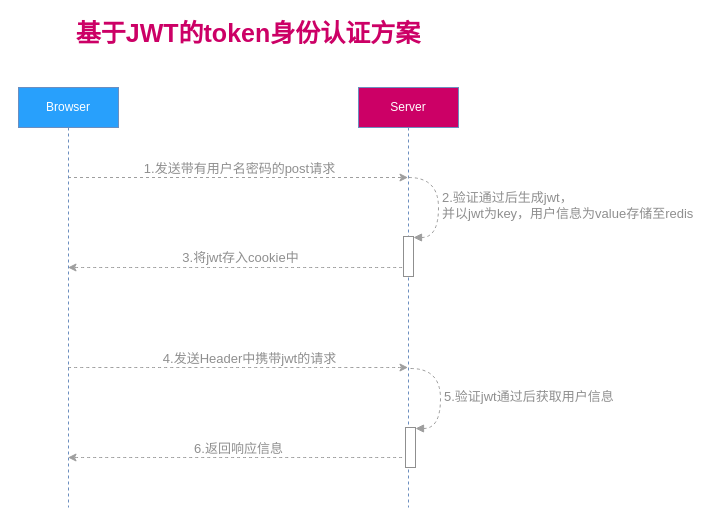
ammengke/my-drawio keeps this draw.io diagram as jwt token示意图.drawio. Above is the earlier version. Source tidied: cells renumbered, new cells numbered last; positions are measured from the earlier drawing's top-left corner, leaving out a move shared by most shapes. Both pictures are drawn from the tidied source at 100%, with x=0, y=0 at pixel (18, 17).
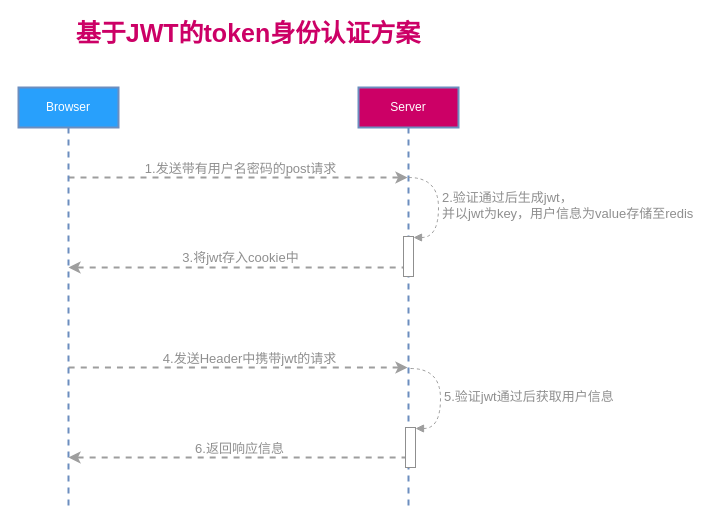
The same diagram, later.

Commit message (it also covers changes not shown here):
更新jwt token示意图.drawio

What changed in the source:
```diff
@@
-    <mxCell id="2" style="edgeStyle=orthogonalEdgeStyle;rounded=0;jettySize=auto;html=1;fontSize=25;fontColor=#CC0066;dashed=1;strokeColor=#9E9E9E;" parent="1" edge="1" source="6" target="11">
+    <mxCell id="2" style="edgeStyle=orthogonalEdgeStyle;rounded=0;jettySize=auto;html=1;fontSize=25;fontColor=#CC0066;dashed=1;strokeColor=#9E9E9E;strokeWidth=2;" parent="1" edge="1" source="6" target="11">
       <mxGeometry relative="1" as="geometry">
         <Array as="points">
           <mxPoint x="220" y="160" />
           <mxPoint x="220" y="160" />
         </Array>
       </mxGeometry>
     </mxCell>
@@
-    <mxCell id="4" style="edgeStyle=orthogonalEdgeStyle;curved=1;rounded=0;jettySize=auto;html=1;dashed=1;strokeColor=#9E9E9E;fontSize=13;fontColor=#8F8F8F;" parent="1" edge="1" source="6" target="11">
+    <mxCell id="4" style="edgeStyle=orthogonalEdgeStyle;curved=1;rounded=0;jettySize=auto;html=1;dashed=1;strokeColor=#9E9E9E;fontSize=13;fontColor=#8F8F8F;strokeWidth=2;" parent="1" edge="1" source="6" target="11">
       <mxGeometry relative="1" as="geometry">
         <Array as="points">
           <mxPoint x="230" y="350" />
           <mxPoint x="230" y="350" />
         </Array>
       </mxGeometry>
     </mxCell>
@@
-    <mxCell id="6" value="Browser" style="shape=umlLifeline;perimeter=lifelinePerimeter;whiteSpace=wrap;html=1;outlineConnect=0;fillColor=#28A0FC;strokeColor=#6c8ebf;fontColor=#FFFFFF;" parent="1" vertex="1">
+    <mxCell id="6" value="Browser" style="shape=umlLifeline;perimeter=lifelinePerimeter;whiteSpace=wrap;html=1;outlineConnect=0;fillColor=#28A0FC;strokeColor=#6c8ebf;fontColor=#FFFFFF;strokeWidth=2;" parent="1" vertex="1">
       <mxGeometry y="70" width="100" height="420" as="geometry" />
     </mxCell>
-    <mxCell id="7" style="edgeStyle=orthogonalEdgeStyle;curved=1;rounded=0;jettySize=auto;html=1;dashed=1;strokeColor=#9E9E9E;fontSize=13;fontColor=#8F8F8F;" parent="1" edge="1" source="11" target="6">
+    <mxCell id="7" style="edgeStyle=orthogonalEdgeStyle;curved=1;rounded=0;jettySize=auto;html=1;dashed=1;strokeColor=#9E9E9E;fontSize=13;fontColor=#8F8F8F;strokeWidth=2;" parent="1" edge="1" source="11" target="6">
       <mxGeometry relative="1" as="geometry">
         <Array as="points">
           <mxPoint x="250" y="250" />
           <mxPoint x="250" y="250" />
         </Array>
       </mxGeometry>
     </mxCell>
@@
-    <mxCell id="9" style="edgeStyle=orthogonalEdgeStyle;curved=1;rounded=0;jettySize=auto;html=1;dashed=1;strokeColor=#9E9E9E;fontSize=13;fontColor=#8F8F8F;" parent="1" edge="1" source="11" target="6">
+    <mxCell id="9" style="edgeStyle=orthogonalEdgeStyle;curved=1;rounded=0;jettySize=auto;html=1;dashed=1;strokeColor=#9E9E9E;fontSize=13;fontColor=#8F8F8F;strokeWidth=2;" parent="1" edge="1" source="11" target="6">
       <mxGeometry relative="1" as="geometry">
         <Array as="points">
           <mxPoint x="230" y="440" />
           <mxPoint x="230" y="440" />
         </Array>
       </mxGeometry>
     </mxCell>
@@
-    <mxCell id="11" value="Server" style="shape=umlLifeline;perimeter=lifelinePerimeter;whiteSpace=wrap;html=1;outlineConnect=0;fillColor=#CC0066;strokeColor=#6c8ebf;fontColor=#FFFFFF;" parent="1" vertex="1">
+    <mxCell id="11" value="Server" style="shape=umlLifeline;perimeter=lifelinePerimeter;whiteSpace=wrap;html=1;outlineConnect=0;fillColor=#CC0066;strokeColor=#6c8ebf;fontColor=#FFFFFF;strokeWidth=2;" parent="1" vertex="1">
       <mxGeometry x="340" y="70" width="100" height="420" as="geometry" />
     </mxCell>
```
